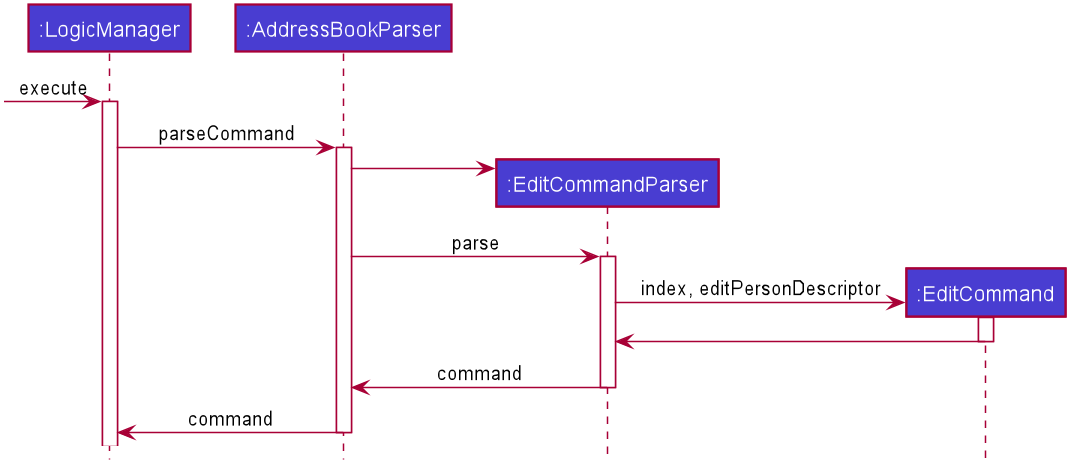
Before: docs/images/reading/LogicSequenceDiagram.png, a diagram exported from PlantUML (se-edu/addressbook-level3).
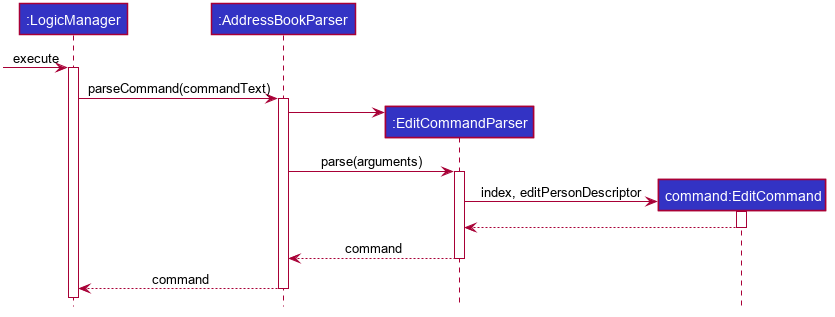
Later version of the same file.

What changed in the source:
```diff
@@ -12,9 +12,10 @@
 skinparam Shadowing false
 
 skinparam Class {
-    FontColor White
-    BorderThickness 0
+    FontColor #FFFFFF
+    BorderThickness 1
     BorderColor #FFFFFF
+    StereotypeFontColor #FFFFFF
 }
 
 skinparam Actor {
@@ -22,14 +23,12 @@
     Color #000000
 }
 
-
 skinparam Sequence {
     MessageAlign center
     BoxFontSize 15
     BoxPadding 0
     BoxFontColor #FFFFFF
 }
-
 
 skinparam Participant {
     FontColor #FFFFFFF
@@ -40,26 +39,28 @@
 skinparam ParticipantPadding 10
 skinparam Shadowing false
 skinparam DefaultTextAlignment center
+skinparam packageStyle Rectangle
 
 hide footbox
 hide members
+hide circle
 
-Participant ":LogicManager" as logic #493DD1
-Participant ":AddressBookParser" as abp #493DD1
-Participant ":EditCommandParser" as ecp #493DD1
-Participant ":EditCommand" as ec #493DD1
+Participant ":LogicManager" as logic #3333C4
+Participant ":AddressBookParser" as abp #3333C4
+Participant ":EditCommandParser" as ecp #3333C4
+Participant "command:EditCommand" as ec #3333C4
 
 
 [-> logic : execute
 activate logic
-logic -> abp ++: parseCommand
+logic -> abp ++: parseCommand(commandText)
 create ecp
 abp -> ecp
-abp -> ecp ++: parse
+abp -> ecp ++: parse(arguments)
 create ec
 ecp -> ec ++: index, editPersonDescriptor
-ec -> ecp --
-ecp -> abp --: command
-abp -> logic --: command
+ec --> ecp --
+ecp --> abp --: command
+abp --> logic --: command
 
 @enduml
```
